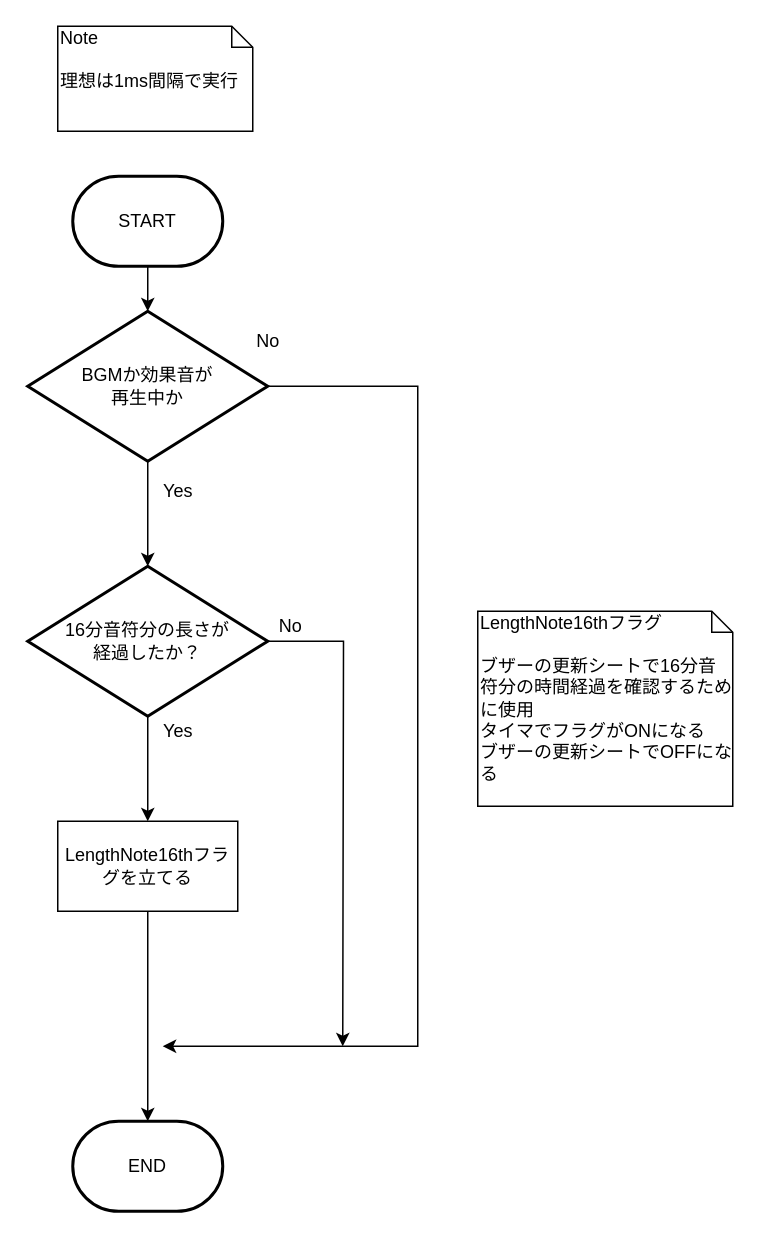
Above: page "タイマー" (5 of 6) of 資料/設計書/フローチャート/モグラ叩き_Buzzer.drawio in hakohumi/comp.train.whack-a-mole (draw.io), before the change. Source tidied: cells renumbered, new cells numbered last; positions are measured from the earlier drawing's top-left corner, leaving out a move shared by most shapes. Both pictures are drawn from the tidied source at 150%, with x=0, y=0 at pixel (27, 26).
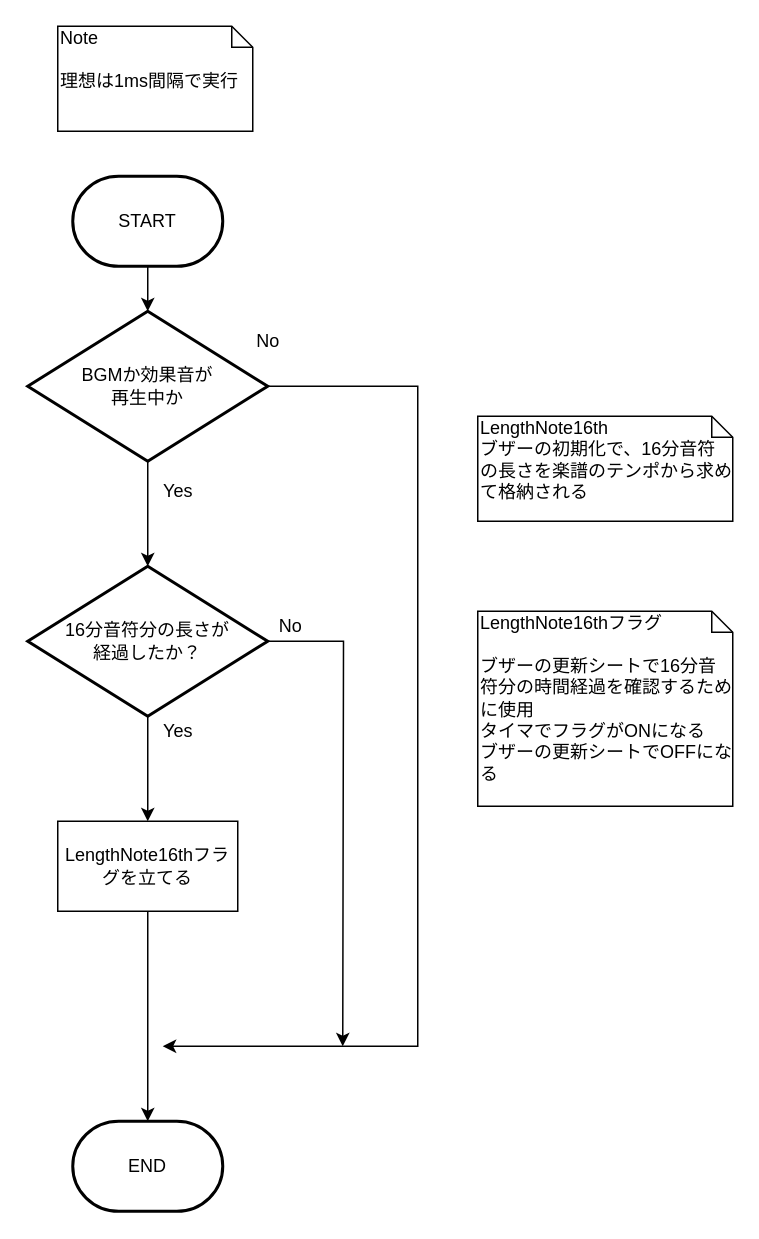
Above is the later version.

What changed in the source:
```diff
@@
+    <mxCell id="19" value="LengthNote16th&lt;br&gt;ブザーの初期化で、16分音符の長さを楽譜のテンポから求めて格納される" style="shape=note;whiteSpace=wrap;html=1;size=14;verticalAlign=top;align=left;spacingTop=-6;" parent="1" vertex="1">
+      <mxGeometry x="300" y="260" width="170" height="70" as="geometry" />
+    </mxCell>
```
